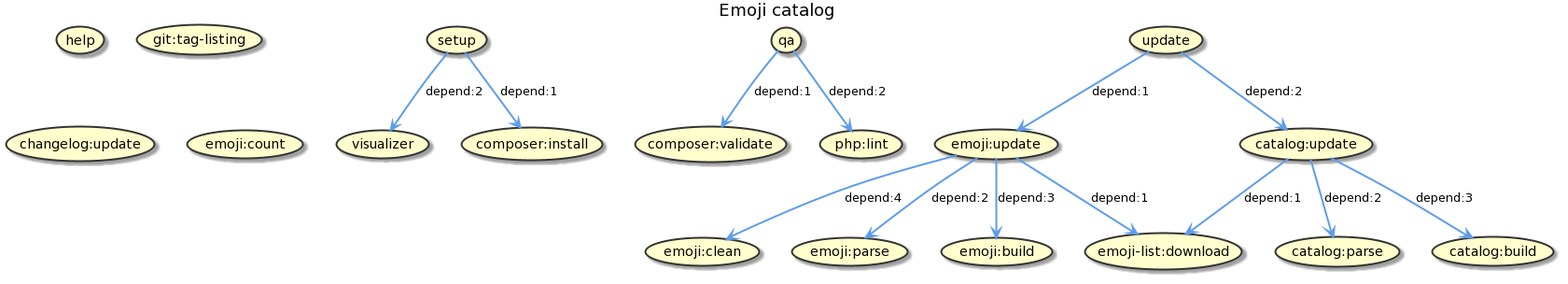
jawira/emoji-catalog keeps this PlantUML diagram as build.png. Above is the earlier version.
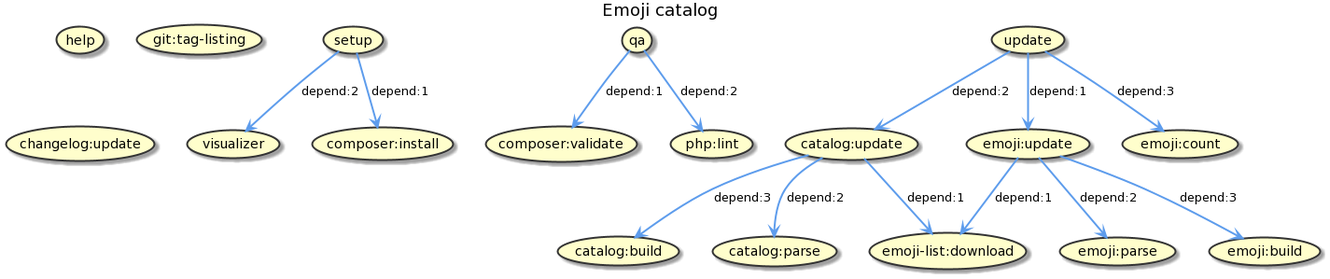
The same diagram one commit later.

The edit, as a diff of the source:
```diff
@@ -21,7 +21,6 @@
 (emoji-list:download)
 (emoji:parse)
 (emoji:build)
-(emoji:clean)
 (catalog:parse)
 (catalog:build)
 (php:lint)
@@ -34,10 +33,10 @@
 (qa) -[#5D9CEC]-> (php:lint) : depend:2
 (update) -[#5D9CEC]-> (emoji:update) : depend:1
 (update) -[#5D9CEC]-> (catalog:update) : depend:2
+(update) -[#5D9CEC]-> (emoji:count) : depend:3
 (emoji:update) -[#5D9CEC]-> (emoji-list:download) : depend:1
 (emoji:update) -[#5D9CEC]-> (emoji:parse) : depend:2
 (emoji:update) -[#5D9CEC]-> (emoji:build) : depend:3
-(emoji:update) -[#5D9CEC]-> (emoji:clean) : depend:4
 (catalog:update) -[#5D9CEC]-> (emoji-list:download) : depend:1
 (catalog:update) -[#5D9CEC]-> (catalog:parse) : depend:2
 (catalog:update) -[#5D9CEC]-> (catalog:build) : depend:3
```
